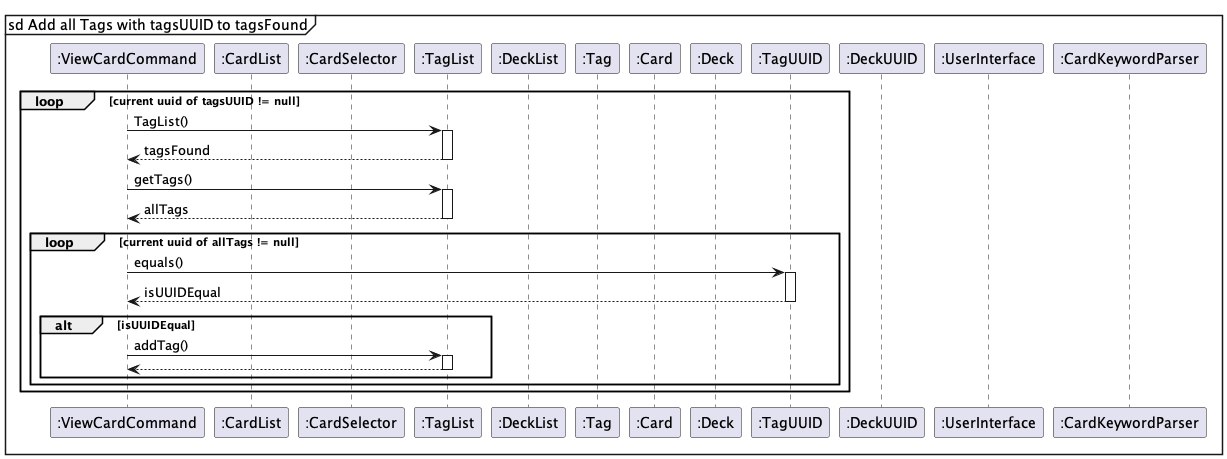
This is docs/img/AddTagsToTagsFoundRef.png from nus-cs2113-AY2223S2/tp, a PlantUML export, as it was before one commit.
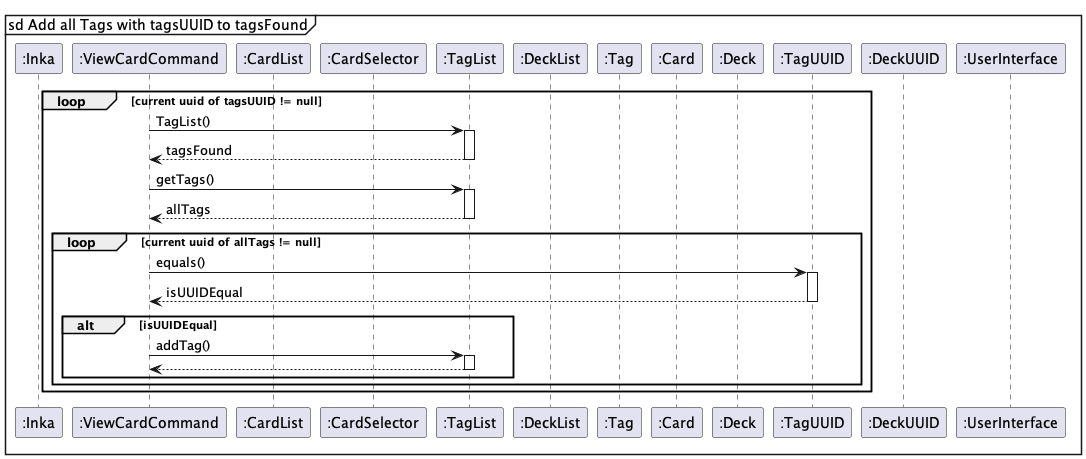
After the commit.

The edit, as a diff of the source:
```diff
@@ -5,6 +5,7 @@
 
 mainframe sd Add all Tags with tagsUUID to tagsFound
 
+participant ":Inka" as Inka
 participant ":ViewCardCommand" as ViewCardCommand
 participant ":CardList" as CardList
 participant ":CardSelector" as CardSelector
@@ -16,7 +17,7 @@
 participant ":TagUUID" as TagUUID
 participant ":DeckUUID" as DeckUUID
 participant ":UserInterface" as UserInterface
-participant ":CardKeywordParser" as CardKeywordParser
+
 
 loop current uuid of tagsUUID != null
 
```
